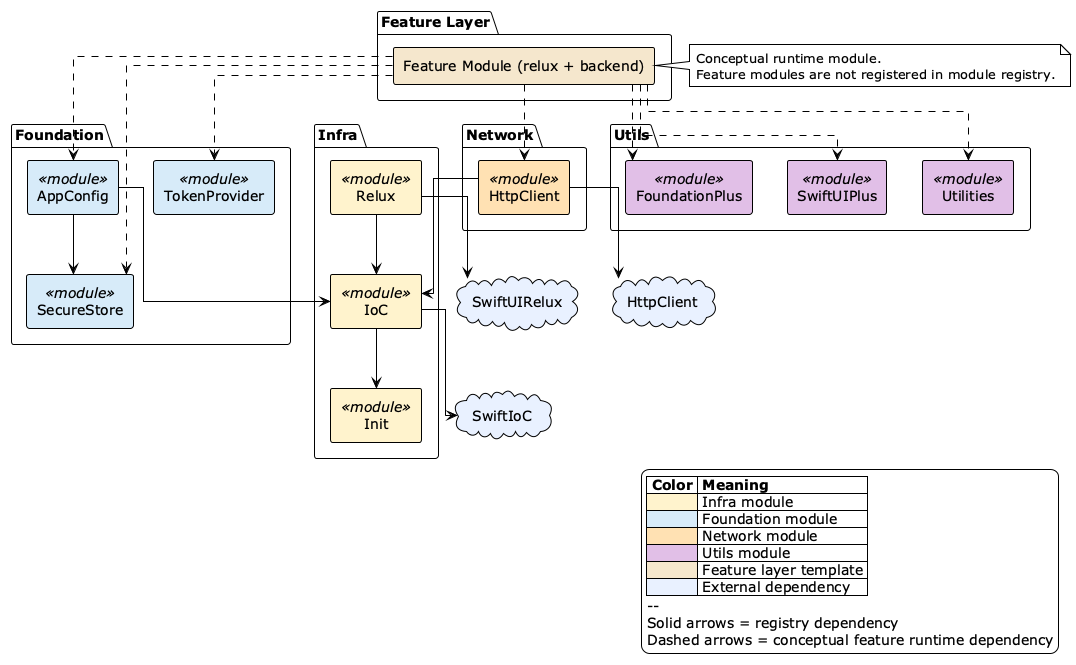
Before: diagrams/scaffolding-pipeline.png, a diagram exported from PlantUML (relux-works/skill-ios-app-manager).
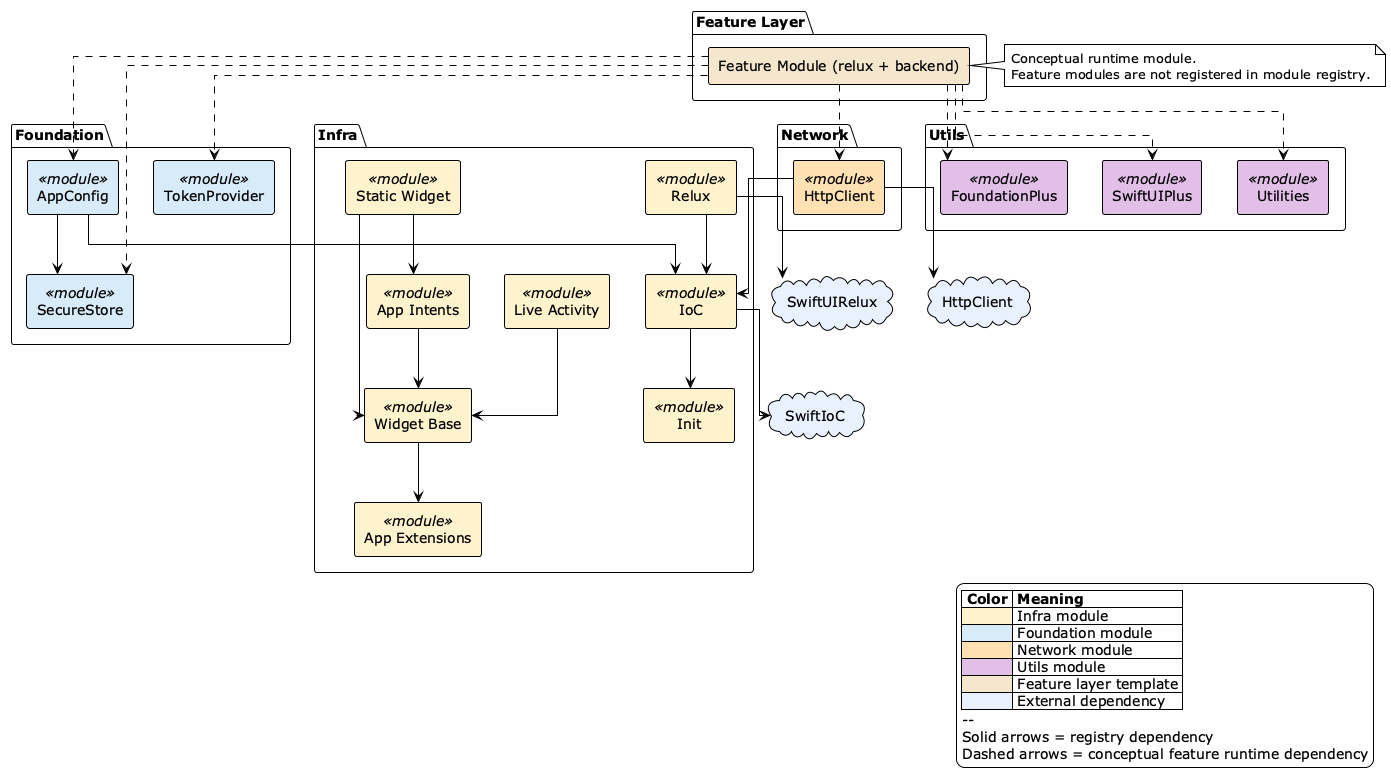
The same file after the commit.

Diff of the diagram source:
```diff
@@ -9,9 +9,14 @@
 cloud "SwiftUIRelux" as ext_swiftuirelux #E8F0FE
 
 package "Infra" {
+  component "App Extensions" as mod_app_extensions <<module>> #FFF3CD
+  component "App Intents" as mod_app_intents <<module>> #FFF3CD
   component "Init" as mod_init <<module>> #FFF3CD
   component "IoC" as mod_ioc <<module>> #FFF3CD
+  component "Live Activity" as mod_live_activity <<module>> #FFF3CD
   component "Relux" as mod_relux <<module>> #FFF3CD
+  component "Static Widget" as mod_static_widget <<module>> #FFF3CD
+  component "Widget Base" as mod_widget_base <<module>> #FFF3CD
 }
 
 package "Foundation" {
@@ -25,9 +30,9 @@
 }
 
 package "Utils" {
-  component "Utilities" as mod_utilities <<module>> #E1BEE7
   component "FoundationPlus" as mod_foundation_plus <<module>> #E1BEE7
   component "SwiftUIPlus" as mod_swiftui_plus <<module>> #E1BEE7
+  component "Utilities" as mod_utilities <<module>> #E1BEE7
 }
 
 package "Feature Layer" {
@@ -43,12 +48,17 @@
 FeatureModule ..> mod_secure_store
 FeatureModule ..> mod_token_provider
 FeatureModule ..> mod_http_client
-FeatureModule ..> mod_utilities
 FeatureModule ..> mod_foundation_plus
 FeatureModule ..> mod_swiftui_plus
+FeatureModule ..> mod_utilities
 
+mod_app_intents --> mod_widget_base
 mod_ioc --> mod_init
+mod_live_activity --> mod_widget_base
 mod_relux --> mod_ioc
+mod_static_widget --> mod_app_intents
+mod_static_widget --> mod_widget_base
+mod_widget_base --> mod_app_extensions
 mod_app_config --> mod_ioc
 mod_app_config --> mod_secure_store
 mod_http_client --> mod_ioc
```
